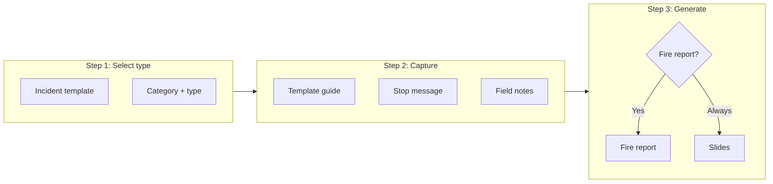
MD-Danial-04/SCDF-x-DELL-FireSight-AI keeps this Mermaid diagram as docs/incident-workflow-steps.png. Above is the earlier version. Its source is kept beside it as docs/incident-workflow-steps.mmd.
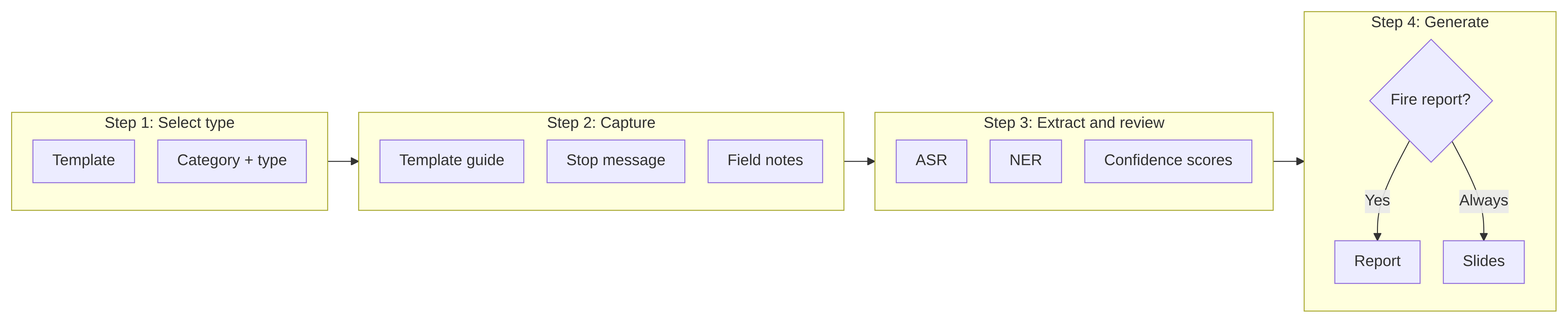
The same diagram one commit later.

Change to the diagram source:
```diff
@@ -1,7 +1,7 @@
 flowchart LR
     subgraph step1 ["Step 1: Select type"]
         direction TB
-        T1["Incident template"]
+        T1["Template"]
         T2["Category + type"]
     end
 
@@ -12,11 +12,18 @@
         C3["Field notes"]
     end
 
-    subgraph step3 ["Step 3: Generate"]
+    subgraph pipeline ["Step 3: Extract and review"]
+        direction TB
+        P1["ASR"]
+        P2["NER"]
+        P3["Confidence scores"]
+    end
+
+    subgraph step4 ["Step 4: Generate"]
         direction TB
         G1{"Fire report?"}
-        G1 -->|Yes| G2["Fire report"]
+        G1 -->|Yes| G2["Report"]
         G1 -->|Always| G3["Slides"]
     end
 
-    step1 --> step2 --> step3
+    step1 --> step2 --> pipeline --> step4
```
